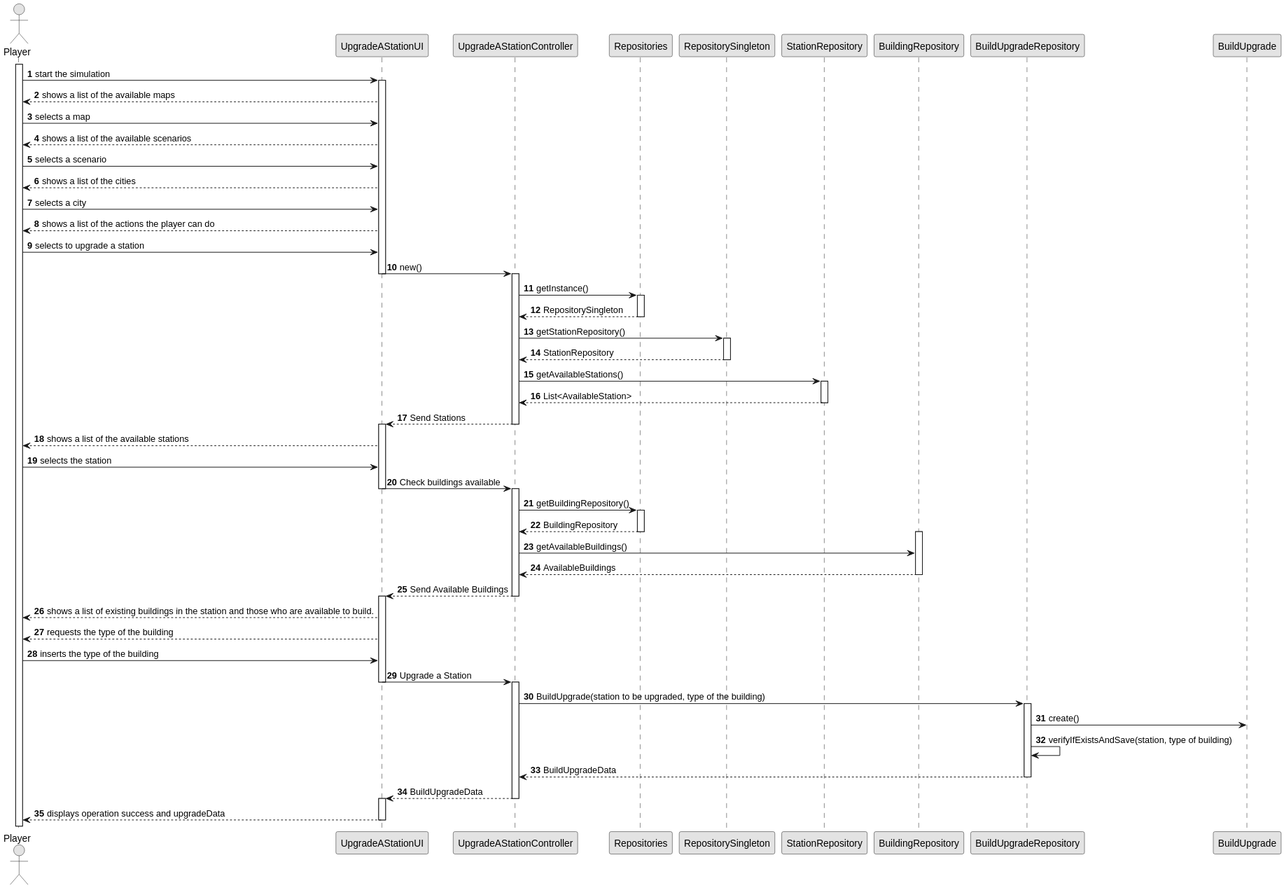
Earlier version of the PlantUML export docs/sprint2/us006/03.design/svg/us006-sequence-diagram-full.svg (ivasduarte/all-aboard).
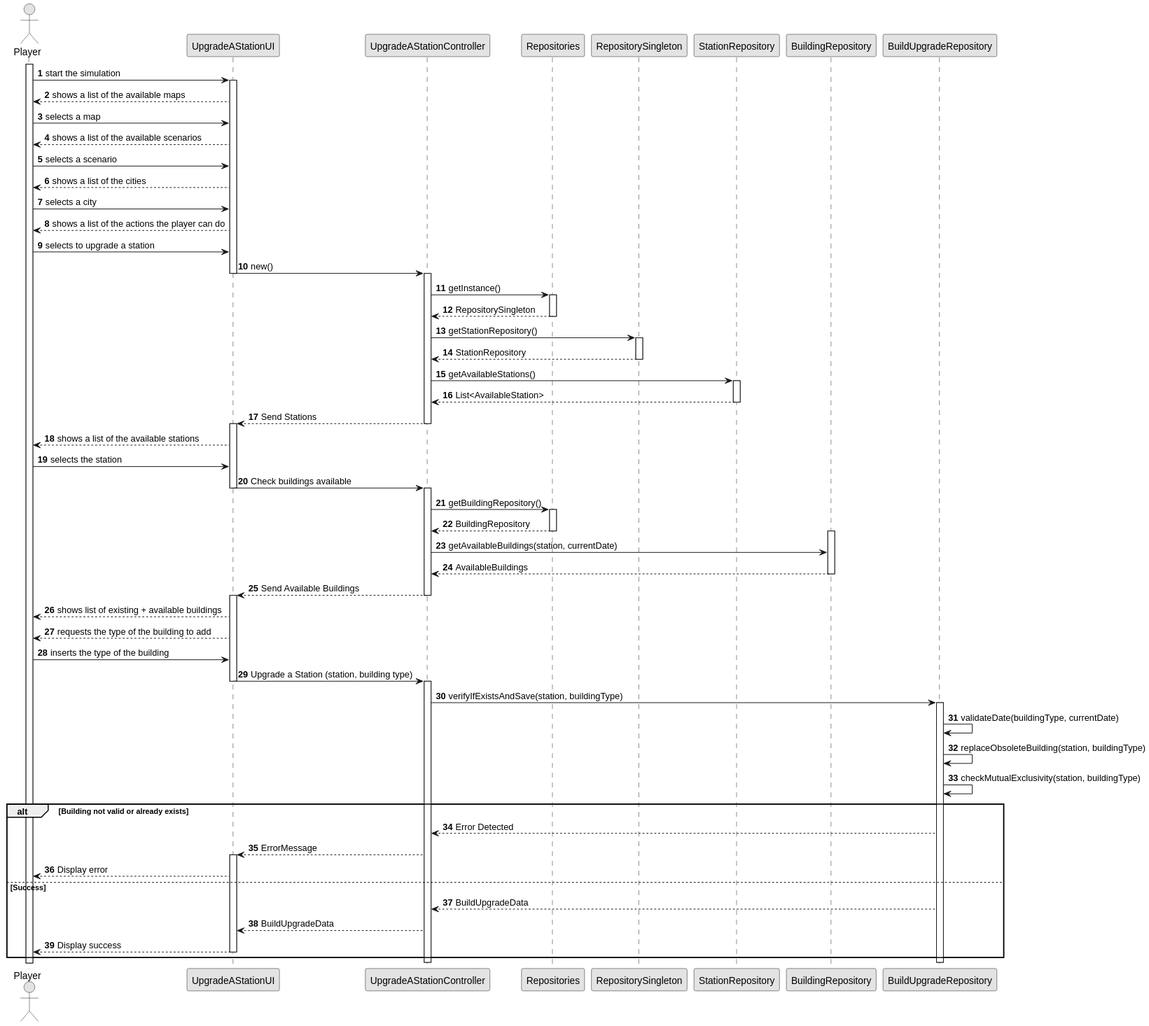
Above is the later version.

Commit message:
US006(docs): Definitive full sequence diagram and minor changes in README

Diff of the diagram source:
```diff
@@ -5,24 +5,23 @@
 
 autonumber
 
-actor "Player" as Editor
+actor "Player" as Player
 participant "UpgradeAStationUI" as UI
 participant "UpgradeAStationController" as CTRL
 
-activate Editor
+activate Player
 
-Editor -> UI : start the simulation
+Player -> UI : start the simulation
 activate UI
 
-UI --> Editor : shows a list of the available maps
-Editor -> UI : selects a map
-UI --> Editor : shows a list of the available scenarios
-Editor -> UI : selects a scenario
-UI --> Editor : shows a list of the cities
-Editor -> UI : selects a city
-UI --> Editor : shows a list of the actions the player can do
-Editor -> UI : selects to upgrade a station
-
+UI --> Player : shows a list of the available maps
+Player -> UI : selects a map
+UI --> Player : shows a list of the available scenarios
+Player -> UI : selects a scenario
+UI --> Player : shows a list of the cities
+Player -> UI : selects a city
+UI --> Player : shows a list of the actions the player can do
+Player -> UI : selects to upgrade a station
 
 UI -> CTRL : new()
 deactivate UI
@@ -30,13 +29,11 @@
 
 CTRL -> Repositories : getInstance()
 activate Repositories
-
 Repositories --> CTRL : RepositorySingleton
 deactivate Repositories
 
 CTRL -> RepositorySingleton : getStationRepository()
 activate RepositorySingleton
-
 RepositorySingleton --> CTRL : StationRepository
 deactivate RepositorySingleton
 
@@ -44,57 +41,62 @@
 
 CTRL -> Station_REPO : getAvailableStations()
 activate Station_REPO
-
 Station_REPO --> CTRL : List<AvailableStation>
 deactivate Station_REPO
 
 CTRL --> UI : Send Stations
-
 deactivate CTRL
 activate UI
 
-UI --> Editor : shows a list of the available stations
-Editor -> UI : selects the station
+UI --> Player : shows a list of the available stations
+Player -> UI : selects the station
 UI -> CTRL : Check buildings available
 deactivate UI
-
 activate CTRL
 
 CTRL -> Repositories : getBuildingRepository()
 activate Repositories
-
 Repositories --> CTRL : BuildingRepository
 deactivate Repositories
 
 participant "BuildingRepository" as Station_BUILD
 activate Station_BUILD
-CTRL -> Station_BUILD : getAvailableBuildings()
+CTRL -> Station_BUILD : getAvailableBuildings(station, currentDate)
 Station_BUILD --> CTRL : AvailableBuildings
 deactivate Station_BUILD
+
 CTRL --> UI: Send Available Buildings
 deactivate CTRL
+activate UI
 
-activate UI
-UI --> Editor : shows a list of existing buildings in the station and those who are available to build.
-UI --> Editor : requests the type of the building
-Editor -> UI : inserts the type of the building
-UI -> CTRL : Upgrade a Station
+UI --> Player : shows list of existing + available buildings
+UI --> Player : requests the type of the building to add
+Player -> UI : inserts the type of the building
+UI -> CTRL : Upgrade a Station (station, building type)
 deactivate UI
 
 participant "BuildUpgradeRepository" as Station_UPG
 activate CTRL
-CTRL -> Station_UPG : BuildUpgrade(station to be upgraded, type of the building)
+CTRL -> Station_UPG : verifyIfExistsAndSave(station, buildingType)
 activate Station_UPG
+    Station_UPG -> Station_UPG : validateDate(buildingType, currentDate)
+    Station_UPG -> Station_UPG : replaceObsoleteBuilding(station, buildingType)
+    Station_UPG -> Station_UPG : checkMutualExclusivity(station, buildingType)
+alt Building not valid or already exists
+    Station_UPG --> CTRL : Error Detected
+    CTRL --> UI : ErrorMessage
+    activate UI
 
-Station_UPG -> BuildUpgrade : create()
-Station_UPG -> Station_UPG : verifyIfExistsAndSave(station, type of building)
-Station_UPG --> CTRL : BuildUpgradeData
+    UI --> Player : Display error
+else Success
+    Station_UPG --> CTRL : BuildUpgradeData
+    CTRL --> UI : BuildUpgradeData
+    UI --> Player : Display success
+    deactivate UI
+end
+
 deactivate Station_UPG
-
-CTRL --> UI : BuildUpgradeData
 deactivate CTRL
 activate UI
-
-UI --> Editor : displays operation success and upgradeData
 deactivate UI
 @enduml
```
